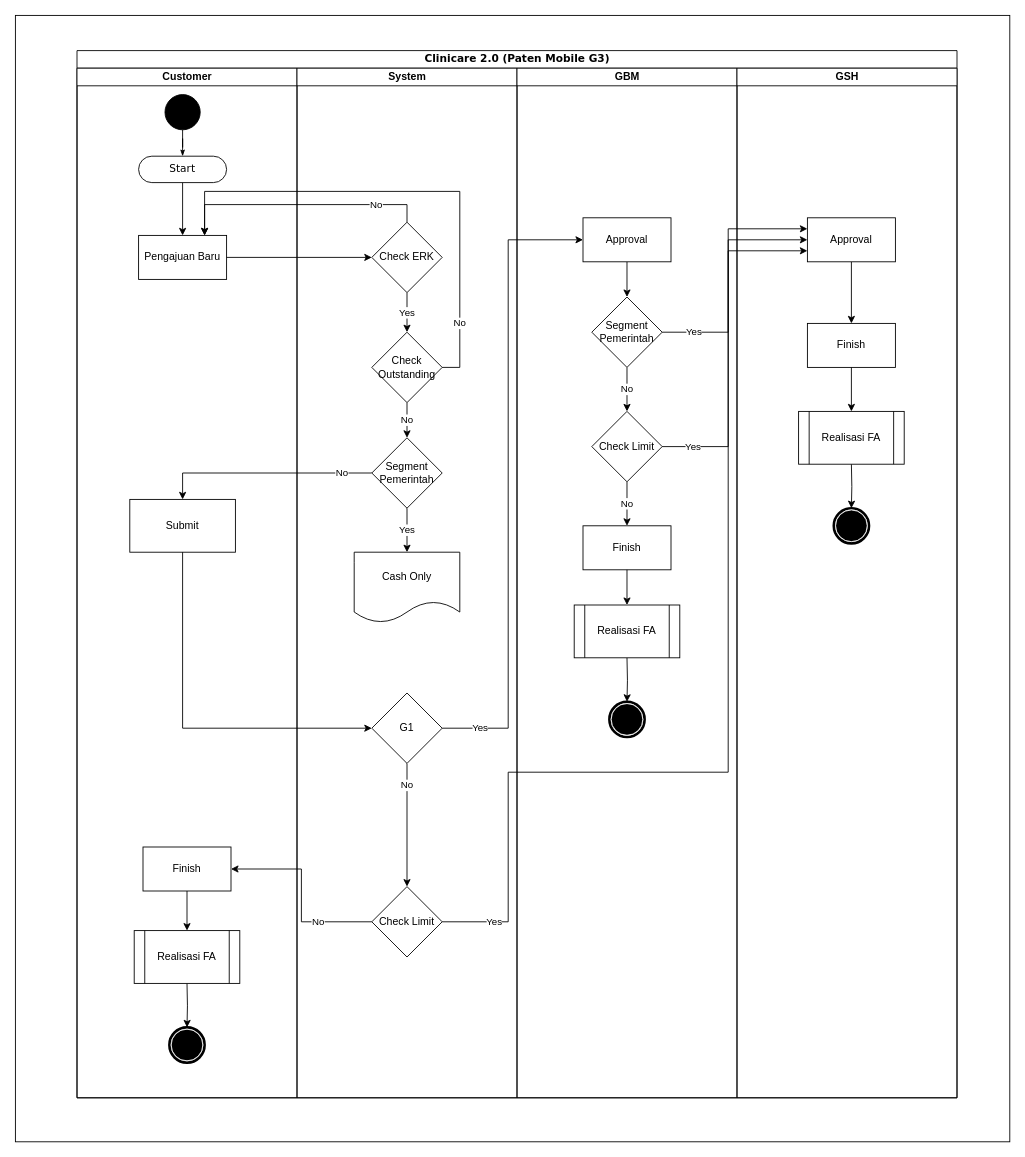
Above: page "BP-Paten Mobile G3" (2 of 6) of Diagram Paten Mobile G3.drawio in muhamadfarkhan/system-analyst (draw.io), before the change. Source tidied: cells renumbered, new cells numbered last; positions are measured from the earlier drawing's top-left corner, leaving out a move shared by most shapes. Both pictures are drawn from the tidied source at 88%, with x=0, y=0 at pixel (15, 15).
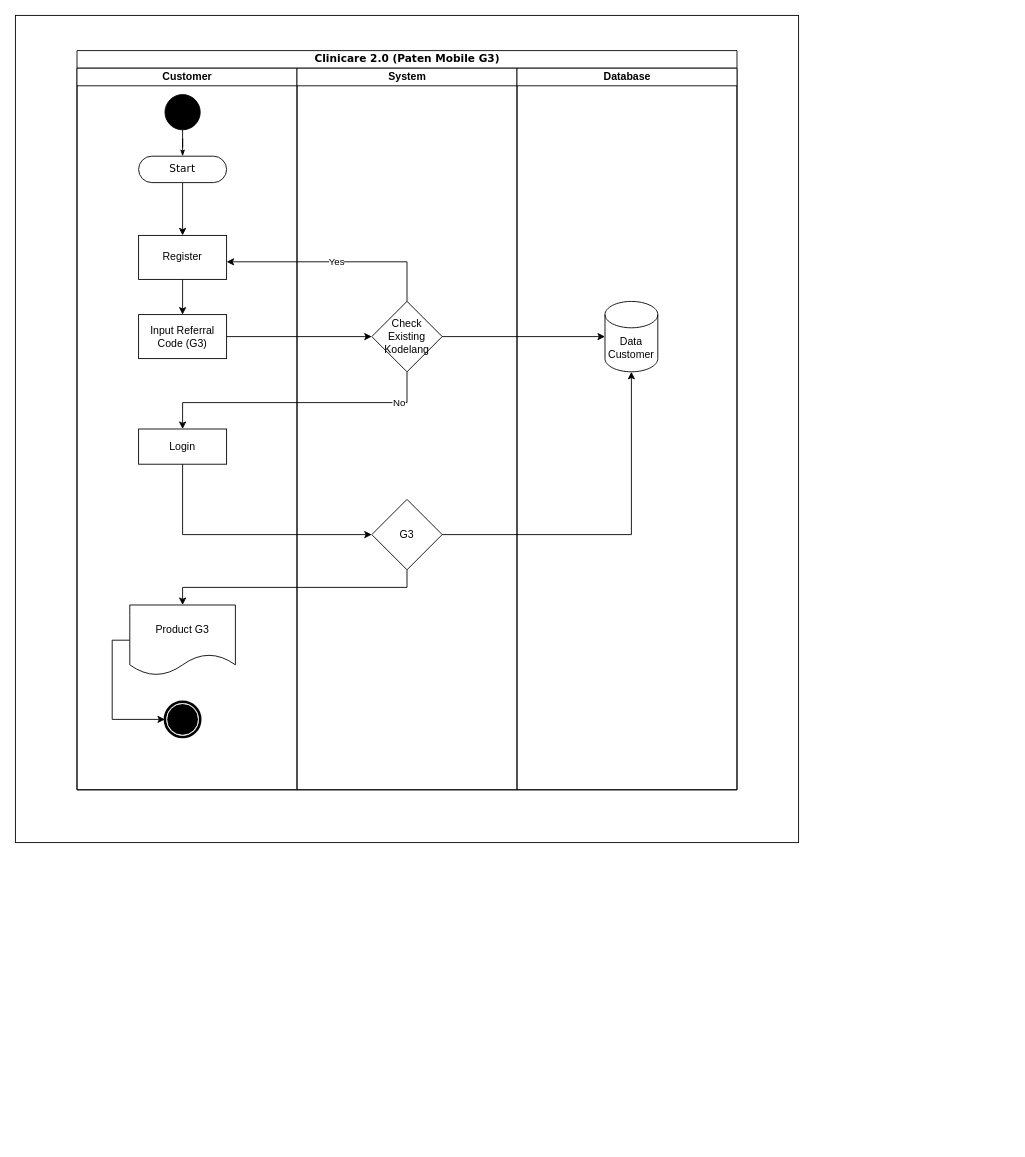
The same diagram, later.

What changed in the source:
```diff
@@
     <mxCell id="2" style="rounded=0;whiteSpace=wrap;html=1;" parent="1" vertex="1">
-      <mxGeometry width="1130" height="1280" as="geometry" />
+      <mxGeometry width="890" height="940" as="geometry" />
     </mxCell>
     <mxCell id="3" value="Clinicare 2.0 (Paten Mobile G3)" style="swimlane;html=1;startSize=20;rounded=0;shadow=0;comic=0;labelBackgroundColor=none;strokeWidth=1;fontFamily=Verdana;fontSize=12;align=center;" parent="1" vertex="1">
-      <mxGeometry x="70" y="40" width="1000" height="1190" as="geometry" />
+      <mxGeometry x="70" y="40" width="750" height="840" as="geometry" />
     </mxCell>
     <mxCell id="4" value="Customer" style="swimlane;html=1;startSize=20;" parent="3" vertex="1">
-      <mxGeometry y="20" width="250" height="1170" as="geometry" />
+      <mxGeometry y="20" width="250" height="820" as="geometry" />
     </mxCell>
@@
+    <mxCell id="57" style="edgeStyle=orthogonalEdgeStyle;rounded=0;jettySize=auto;html=1;" parent="4" edge="1" source="9" target="58">
+      <mxGeometry relative="1" as="geometry" />
+    </mxCell>
-    <mxCell id="9" value="Pengajuan Baru" style="html=1;dashed=0;whiteSpace=wrap;" parent="4" vertex="1">
+    <mxCell id="9" value="Register" style="html=1;dashed=0;whiteSpace=wrap;" parent="4" vertex="1">
       <mxGeometry x="70" y="190" width="100" height="50" as="geometry" />
     </mxCell>
-    <mxCell id="10" value="Submit" style="whiteSpace=wrap;html=1;dashed=0;" parent="4" vertex="1">
-      <mxGeometry x="60" y="490" width="120" height="60" as="geometry" />
+    <mxCell id="10" value="Login" style="whiteSpace=wrap;html=1;dashed=0;" parent="4" vertex="1">
+      <mxGeometry x="70" y="410" width="100" height="40" as="geometry" />
     </mxCell>
-    <mxCell id="11" style="edgeStyle=orthogonalEdgeStyle;rounded=0;jettySize=auto;html=1;exitX=0.5;exitY=1;exitDx=0;exitDy=0;" parent="4" edge="1" source="12" target="15">
-      <mxGeometry relative="1" as="geometry" />
-    </mxCell>
-    <mxCell id="12" value="Finish" style="html=1;dashed=0;whiteSpace=wrap;" parent="4" vertex="1">
-      <mxGeometry x="75" y="885" width="100" height="50" as="geometry" />
-    </mxCell>
     <mxCell id="13" style="shape=mxgraph.bpmn.shape;html=1;verticalLabelPosition=bottom;labelBackgroundColor=#ffffff;verticalAlign=top;perimeter=ellipsePerimeter;outline=end;symbol=terminate;rounded=0;shadow=0;comic=0;strokeWidth=1;fontFamily=Verdana;fontSize=12;align=center;" parent="4" vertex="1">
-      <mxGeometry x="105" y="1090" width="40" height="40" as="geometry" />
+      <mxGeometry x="100" y="720" width="40" height="40" as="geometry" />
     </mxCell>
-    <mxCell id="14" style="edgeStyle=orthogonalEdgeStyle;rounded=0;jettySize=auto;html=1;exitX=0.5;exitY=1;exitDx=0;exitDy=0;" parent="4" edge="1" target="13">
-      <mxGeometry relative="1" as="geometry">
-        <mxPoint x="125" y="1040" as="sourcePoint" />
-      </mxGeometry>
-    </mxCell>
-    <mxCell id="15" value="Realisasi FA" style="shape=process;whiteSpace=wrap;html=1;backgroundOutline=1;" parent="4" vertex="1">
-      <mxGeometry x="65" y="980" width="120" height="60" as="geometry" />
-    </mxCell>
+    <mxCell id="58" value="Input Referral Code (G3)" style="whiteSpace=wrap;html=1;dashed=0;" parent="4" vertex="1">
+      <mxGeometry x="70" y="280" width="100" height="50" as="geometry" />
+    </mxCell>
+    <mxCell id="59" style="edgeStyle=orthogonalEdgeStyle;rounded=0;jettySize=auto;html=1;exitX=0;exitY=0.5;exitDx=0;exitDy=0;entryX=0;entryY=0.5;entryDx=0;entryDy=0;" parent="4" edge="1" source="60" target="13">
+      <mxGeometry relative="1" as="geometry" />
+    </mxCell>
+    <mxCell id="60" value="Product G3" style="shape=document;whiteSpace=wrap;html=1;boundedLbl=1;" parent="4" vertex="1">
+      <mxGeometry x="60" y="610" width="120" height="80" as="geometry" />
+    </mxCell>
     <mxCell id="16" value="System" style="swimlane;html=1;startSize=20;" parent="3" vertex="1">
-      <mxGeometry x="250" y="20" width="250" height="1170" as="geometry" />
+      <mxGeometry x="250" y="20" width="250" height="820" as="geometry" />
     </mxCell>
-    <mxCell id="17" value="Yes" style="edgeStyle=orthogonalEdgeStyle;rounded=0;jettySize=auto;html=1;exitX=0.5;exitY=1;exitDx=0;exitDy=0;" parent="16" edge="1" source="18" target="26">
-      <mxGeometry relative="1" as="geometry" />
-    </mxCell>
-    <mxCell id="18" value="Segment Pemerintah" style="rhombus;whiteSpace=wrap;html=1;" parent="16" vertex="1">
-      <mxGeometry x="85" y="420" width="80" height="80" as="geometry" />
-    </mxCell>
-    <mxCell id="19" value="No" style="edgeStyle=orthogonalEdgeStyle;rounded=0;jettySize=auto;html=1;exitX=0.5;exitY=1;exitDx=0;exitDy=0;entryX=0.5;entryY=0;entryDx=0;entryDy=0;" parent="16" edge="1" source="20" target="21">
-      <mxGeometry x="-0.65" relative="1" as="geometry" />
-    </mxCell>
-    <mxCell id="20" value="G1" style="rhombus;whiteSpace=wrap;html=1;" parent="16" vertex="1">
-      <mxGeometry x="85" y="710" width="80" height="80" as="geometry" />
+    <mxCell id="20" value="G3" style="rhombus;whiteSpace=wrap;html=1;" parent="16" vertex="1">
+      <mxGeometry x="85" y="490" width="80" height="80" as="geometry" />
     </mxCell>
-    <mxCell id="21" value="Check Limit" style="rhombus;whiteSpace=wrap;html=1;" parent="16" vertex="1">
-      <mxGeometry x="85" y="930" width="80" height="80" as="geometry" />
-    </mxCell>
-    <mxCell id="22" value="No" style="edgeStyle=orthogonalEdgeStyle;rounded=0;jettySize=auto;html=1;exitX=0.5;exitY=1;exitDx=0;exitDy=0;" parent="16" edge="1" source="23" target="18">
-      <mxGeometry relative="1" as="geometry" />
-    </mxCell>
-    <mxCell id="23" value="Check Outstanding" style="rhombus;whiteSpace=wrap;html=1;" parent="16" vertex="1">
-      <mxGeometry x="85" y="300" width="80" height="80" as="geometry" />
-    </mxCell>
-    <mxCell id="24" value="Yes" style="edgeStyle=orthogonalEdgeStyle;rounded=0;jettySize=auto;html=1;exitX=0.5;exitY=1;exitDx=0;exitDy=0;entryX=0.5;entryY=0;entryDx=0;entryDy=0;" parent="16" edge="1" source="25" target="23">
-      <mxGeometry relative="1" as="geometry" />
-    </mxCell>
-    <mxCell id="25" value="Check ERK" style="rhombus;whiteSpace=wrap;html=1;" parent="16" vertex="1">
-      <mxGeometry x="85" y="175" width="80" height="80" as="geometry" />
+    <mxCell id="25" value="Check Existing Kodelang" style="rhombus;whiteSpace=wrap;html=1;" parent="16" vertex="1">
+      <mxGeometry x="85" y="265" width="80" height="80" as="geometry" />
     </mxCell>
-    <mxCell id="26" value="Cash Only" style="shape=document;whiteSpace=wrap;html=1;boundedLbl=1;" parent="16" vertex="1">
-      <mxGeometry x="65" y="550" width="120" height="80" as="geometry" />
-    </mxCell>
-    <mxCell id="27" value="Yes" style="edgeStyle=orthogonalEdgeStyle;rounded=0;jettySize=auto;html=1;exitX=1;exitY=0.5;exitDx=0;exitDy=0;entryX=0;entryY=0.25;entryDx=0;entryDy=0;" parent="3" edge="1" source="33" target="44">
-      <mxGeometry x="-0.75" relative="1" as="geometry">
-        <Array as="points">
-          <mxPoint x="740" y="320" />
-          <mxPoint x="740" y="203" />
-        </Array>
-        <mxPoint x="1" as="offset" />
-      </mxGeometry>
-    </mxCell>
-    <mxCell id="28" value="Yes" style="edgeStyle=orthogonalEdgeStyle;rounded=0;jettySize=auto;html=1;exitX=1;exitY=0.5;exitDx=0;exitDy=0;entryX=0;entryY=0.5;entryDx=0;entryDy=0;" parent="3" edge="1" source="20" target="31">
-      <mxGeometry x="-0.88" relative="1" as="geometry">
-        <Array as="points">
-          <mxPoint x="490" y="770" />
-          <mxPoint x="490" y="215" />
-        </Array>
-      </mxGeometry>
-    </mxCell>
-    <mxCell id="29" value="GBM" style="swimlane;html=1;startSize=20;" parent="3" vertex="1">
-      <mxGeometry x="500" y="20" width="250" height="1170" as="geometry" />
+    <mxCell id="29" value="Database" style="swimlane;html=1;startSize=20;" parent="3" vertex="1">
+      <mxGeometry x="500" y="20" width="250" height="820" as="geometry" />
     </mxCell>
-    <mxCell id="30" style="edgeStyle=orthogonalEdgeStyle;rounded=0;jettySize=auto;html=1;exitX=0.5;exitY=1;exitDx=0;exitDy=0;" parent="29" edge="1" source="31" target="33">
-      <mxGeometry relative="1" as="geometry" />
-    </mxCell>
-    <mxCell id="31" value="Approval" style="html=1;dashed=0;whiteSpace=wrap;" parent="29" vertex="1">
-      <mxGeometry x="75" y="170" width="100" height="50" as="geometry" />
-    </mxCell>
-    <mxCell id="32" value="No" style="edgeStyle=orthogonalEdgeStyle;rounded=0;jettySize=auto;html=1;exitX=0.5;exitY=1;exitDx=0;exitDy=0;" parent="29" edge="1" source="33" target="35">
-      <mxGeometry relative="1" as="geometry" />
-    </mxCell>
-    <mxCell id="33" value="Segment Pemerintah" style="rhombus;whiteSpace=wrap;html=1;" parent="29" vertex="1">
-      <mxGeometry x="85" y="260" width="80" height="80" as="geometry" />
-    </mxCell>
-    <mxCell id="34" value="No" style="edgeStyle=orthogonalEdgeStyle;rounded=0;jettySize=auto;html=1;exitX=0.5;exitY=1;exitDx=0;exitDy=0;entryX=0.5;entryY=0;entryDx=0;entryDy=0;" parent="29" edge="1" source="35" target="36">
-      <mxGeometry relative="1" as="geometry" />
-    </mxCell>
-    <mxCell id="35" value="Check Limit" style="rhombus;whiteSpace=wrap;html=1;" parent="29" vertex="1">
-      <mxGeometry x="85" y="390" width="80" height="80" as="geometry" />
-    </mxCell>
-    <mxCell id="36" value="Finish" style="html=1;dashed=0;whiteSpace=wrap;" parent="29" vertex="1">
-      <mxGeometry x="75" y="520" width="100" height="50" as="geometry" />
-    </mxCell>
-    <mxCell id="37" style="shape=mxgraph.bpmn.shape;html=1;verticalLabelPosition=bottom;labelBackgroundColor=#ffffff;verticalAlign=top;perimeter=ellipsePerimeter;outline=end;symbol=terminate;rounded=0;shadow=0;comic=0;strokeWidth=1;fontFamily=Verdana;fontSize=12;align=center;" parent="29" vertex="1">
-      <mxGeometry x="105" y="720" width="40" height="40" as="geometry" />
-    </mxCell>
-    <mxCell id="38" style="edgeStyle=orthogonalEdgeStyle;rounded=0;jettySize=auto;html=1;exitX=0.5;exitY=1;exitDx=0;exitDy=0;entryX=0.5;entryY=0;entryDx=0;entryDy=0;" parent="29" edge="1" target="37">
-      <mxGeometry relative="1" as="geometry">
-        <mxPoint x="125" y="670" as="sourcePoint" />
-      </mxGeometry>
-    </mxCell>
-    <mxCell id="39" value="Realisasi FA" style="shape=process;whiteSpace=wrap;html=1;backgroundOutline=1;" parent="29" vertex="1">
-      <mxGeometry x="65" y="610" width="120" height="60" as="geometry" />
-    </mxCell>
-    <mxCell id="40" style="edgeStyle=orthogonalEdgeStyle;rounded=0;jettySize=auto;html=1;exitX=0.5;exitY=1;exitDx=0;exitDy=0;" parent="29" edge="1" source="36" target="39">
-      <mxGeometry relative="1" as="geometry" />
-    </mxCell>
-    <mxCell id="41" value="GSH" style="swimlane;html=1;startSize=20;" parent="3" vertex="1">
-      <mxGeometry x="750" y="20" width="250" height="1170" as="geometry" />
-    </mxCell>
-    <mxCell id="42" style="shape=mxgraph.bpmn.shape;html=1;verticalLabelPosition=bottom;labelBackgroundColor=#ffffff;verticalAlign=top;perimeter=ellipsePerimeter;outline=end;symbol=terminate;rounded=0;shadow=0;comic=0;strokeWidth=1;fontFamily=Verdana;fontSize=12;align=center;" parent="41" vertex="1">
-      <mxGeometry x="110" y="500" width="40" height="40" as="geometry" />
-    </mxCell>
-    <mxCell id="43" style="edgeStyle=orthogonalEdgeStyle;rounded=0;jettySize=auto;html=1;exitX=0.5;exitY=1;exitDx=0;exitDy=0;" parent="41" edge="1" source="44" target="45">
-      <mxGeometry relative="1" as="geometry" />
-    </mxCell>
-    <mxCell id="44" value="Approval" style="html=1;dashed=0;whiteSpace=wrap;" parent="41" vertex="1">
-      <mxGeometry x="80" y="170" width="100" height="50" as="geometry" />
-    </mxCell>
-    <mxCell id="45" value="Finish" style="html=1;dashed=0;whiteSpace=wrap;" parent="41" vertex="1">
-      <mxGeometry x="80" y="290" width="100" height="50" as="geometry" />
-    </mxCell>
-    <mxCell id="46" style="edgeStyle=orthogonalEdgeStyle;rounded=0;jettySize=auto;html=1;exitX=0.5;exitY=1;exitDx=0;exitDy=0;entryX=0.5;entryY=0;entryDx=0;entryDy=0;" parent="41" edge="1" target="42">
-      <mxGeometry relative="1" as="geometry">
-        <mxPoint x="130" y="450" as="sourcePoint" />
-      </mxGeometry>
-    </mxCell>
-    <mxCell id="47" style="edgeStyle=orthogonalEdgeStyle;rounded=0;jettySize=auto;html=1;exitX=0.5;exitY=1;exitDx=0;exitDy=0;" parent="41" edge="1" source="45" target="48">
-      <mxGeometry relative="1" as="geometry" />
-    </mxCell>
-    <mxCell id="48" value="Realisasi FA" style="shape=process;whiteSpace=wrap;html=1;backgroundOutline=1;" parent="41" vertex="1">
-      <mxGeometry x="70" y="390" width="120" height="60" as="geometry" />
-    </mxCell>
-    <mxCell id="49" value="Yes" style="edgeStyle=orthogonalEdgeStyle;rounded=0;jettySize=auto;html=1;exitX=1;exitY=0.5;exitDx=0;exitDy=0;entryX=0;entryY=0.75;entryDx=0;entryDy=0;" parent="3" edge="1" source="21" target="44">
-      <mxGeometry x="-0.9" relative="1" as="geometry">
-        <Array as="points">
-          <mxPoint x="490" y="990" />
-          <mxPoint x="490" y="820" />
-          <mxPoint x="740" y="820" />
-          <mxPoint x="740" y="228" />
-        </Array>
-      </mxGeometry>
-    </mxCell>
+    <mxCell id="61" value="Data Customer" style="shape=cylinder3;whiteSpace=wrap;html=1;boundedLbl=1;backgroundOutline=1;size=15;" parent="29" vertex="1">
+      <mxGeometry x="100" y="265" width="60" height="80" as="geometry" />
+    </mxCell>
@@
-    <mxCell id="51" value="Yes" style="edgeStyle=orthogonalEdgeStyle;rounded=0;jettySize=auto;html=1;exitX=1;exitY=0.5;exitDx=0;exitDy=0;entryX=0;entryY=0.5;entryDx=0;entryDy=0;" parent="3" edge="1" source="35" target="44">
-      <mxGeometry x="-0.82" relative="1" as="geometry">
-        <Array as="points">
-          <mxPoint x="740" y="450" />
-          <mxPoint x="740" y="215" />
-        </Array>
-        <mxPoint x="-1" as="offset" />
-      </mxGeometry>
-    </mxCell>
-    <mxCell id="52" value="No" style="edgeStyle=orthogonalEdgeStyle;rounded=0;jettySize=auto;html=1;exitX=0;exitY=0.5;exitDx=0;exitDy=0;" parent="3" edge="1" source="21" target="12">
-      <mxGeometry x="-0.45" relative="1" as="geometry" />
-    </mxCell>
-    <mxCell id="53" value="No" style="edgeStyle=orthogonalEdgeStyle;rounded=0;jettySize=auto;html=1;exitX=0;exitY=0.5;exitDx=0;exitDy=0;entryX=0.5;entryY=0;entryDx=0;entryDy=0;" parent="3" edge="1" source="18" target="10">
+    <mxCell id="53" value="No" style="edgeStyle=orthogonalEdgeStyle;rounded=0;jettySize=auto;html=1;exitX=0.5;exitY=1;exitDx=0;exitDy=0;entryX=0.5;entryY=0;entryDx=0;entryDy=0;" parent="3" edge="1" source="25" target="10">
       <mxGeometry x="-0.73" relative="1" as="geometry">
         <Array as="points">
-          <mxPoint x="120" y="480" />
+          <mxPoint x="375" y="400" />
+          <mxPoint x="120" y="400" />
         </Array>
         <mxPoint x="-1" as="offset" />
       </mxGeometry>
     </mxCell>
-    <mxCell id="54" style="edgeStyle=orthogonalEdgeStyle;rounded=0;jettySize=auto;html=1;exitX=1;exitY=0.5;exitDx=0;exitDy=0;" parent="3" edge="1" source="9" target="25">
-      <mxGeometry relative="1" as="geometry" />
-    </mxCell>
-    <mxCell id="55" value="No" style="edgeStyle=orthogonalEdgeStyle;rounded=0;jettySize=auto;html=1;exitX=1;exitY=0.5;exitDx=0;exitDy=0;entryX=0.75;entryY=0;entryDx=0;entryDy=0;" parent="3" edge="1" source="23" target="9">
-      <mxGeometry x="-0.75" relative="1" as="geometry">
-        <Array as="points">
-          <mxPoint x="435" y="360" />
-          <mxPoint x="435" y="160" />
-          <mxPoint x="145" y="160" />
-        </Array>
-      </mxGeometry>
-    </mxCell>
+    <mxCell id="62" style="edgeStyle=orthogonalEdgeStyle;rounded=0;jettySize=auto;html=1;exitX=1;exitY=0.5;exitDx=0;exitDy=0;entryX=0;entryY=0.5;entryDx=0;entryDy=0;" parent="3" edge="1" source="58" target="25">
+      <mxGeometry relative="1" as="geometry">
+        <Array as="points">
+          <mxPoint x="335" y="325" />
+        </Array>
+      </mxGeometry>
+    </mxCell>
-    <mxCell id="56" value="No" style="edgeStyle=orthogonalEdgeStyle;rounded=0;jettySize=auto;html=1;exitX=0.5;exitY=0;exitDx=0;exitDy=0;entryX=0.75;entryY=0;entryDx=0;entryDy=0;" parent="3" edge="1" source="25" target="9">
-      <mxGeometry x="-0.61" relative="1" as="geometry">
-        <mxPoint x="1" as="offset" />
+    <mxCell id="56" value="Yes" style="edgeStyle=orthogonalEdgeStyle;rounded=0;jettySize=auto;html=1;exitX=0.5;exitY=0;exitDx=0;exitDy=0;" parent="3" edge="1" source="25" target="9">
+      <mxGeometry relative="1" as="geometry">
+        <Array as="points">
+          <mxPoint x="375" y="240" />
+        </Array>
       </mxGeometry>
     </mxCell>
+    <mxCell id="63" style="edgeStyle=orthogonalEdgeStyle;rounded=0;jettySize=auto;html=1;exitX=1;exitY=0.5;exitDx=0;exitDy=0;entryX=0;entryY=0.5;entryDx=0;entryDy=0;entryPerimeter=0;" parent="3" edge="1" source="25" target="61">
+      <mxGeometry relative="1" as="geometry" />
+    </mxCell>
+    <mxCell id="64" style="edgeStyle=orthogonalEdgeStyle;rounded=0;jettySize=auto;html=1;exitX=0.5;exitY=1;exitDx=0;exitDy=0;entryX=0.5;entryY=0;entryDx=0;entryDy=0;" parent="3" edge="1" source="20" target="60">
+      <mxGeometry relative="1" as="geometry" />
+    </mxCell>
+    <mxCell id="65" style="edgeStyle=orthogonalEdgeStyle;rounded=0;jettySize=auto;html=1;exitX=1;exitY=0.5;exitDx=0;exitDy=0;" parent="3" edge="1" source="20" target="61">
+      <mxGeometry relative="1" as="geometry" />
+    </mxCell>
```
